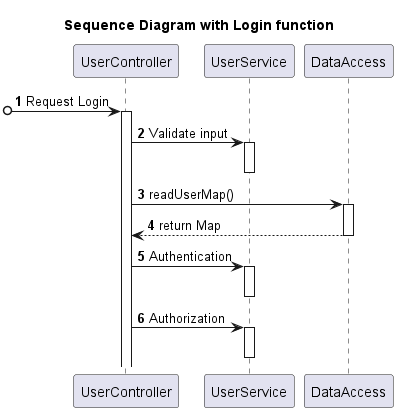
The PlantUML diagram mpp-cs401/src/midterm/diagram/Sequence_Diagram_with_Login_function.png in anhvu2889/miu-cs401-mpp, before a commit.
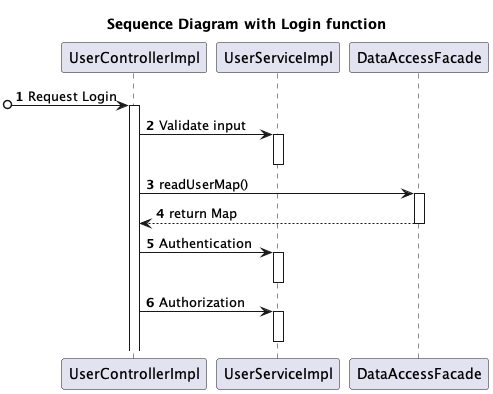
The same file after the commit.

Commit message:
Add slide Fix sequence diagrams

The edit, as a diff of the source:
```diff
@@ -4,9 +4,9 @@
 
 autonumber
 
-participant "UserController" as uc
-participant "UserService" as us
-participant "DataAccess" as da
+participant "UserControllerImpl" as uc
+participant "UserServiceImpl" as us
+participant "DataAccessFacade" as da
 
 [o-> uc++: Request Login
 uc -> us++: Validate input
```
